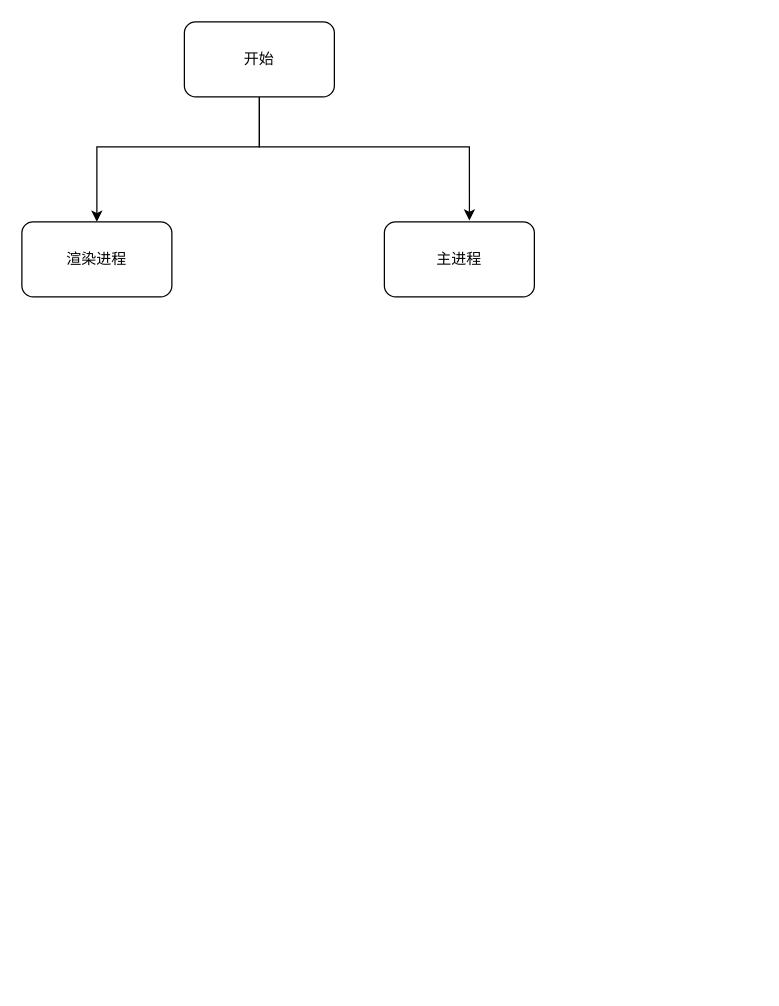
Earlier version of the draw.io diagram request.drawio (oppo-80343438/flowChart). Source tidied: cells renumbered, new cells numbered last; positions are measured from the earlier drawing's top-left corner, leaving out a move shared by most shapes. Both pictures are drawn from the tidied source at 125%, with x=0, y=0 at pixel (21, 21).
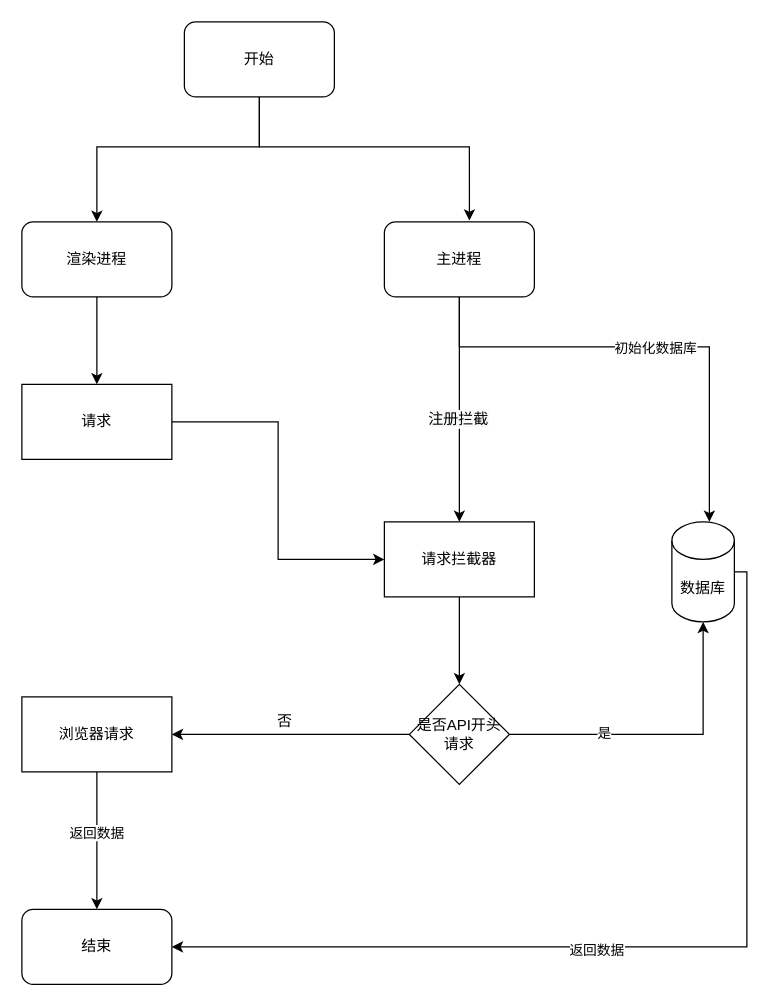
Above is the later version.

The change refers to these unchanged cells:
```xml
<mxCell id="5" value="渲染进程" style="rounded=1;whiteSpace=wrap;html=1;" parent="1" vertex="1">
  <mxGeometry y="160" width="120" height="60" as="geometry" />
</mxCell>
<mxCell id="6" value="主进程" style="rounded=1;whiteSpace=wrap;html=1;" parent="1" vertex="1">
  <mxGeometry x="290" y="160" width="120" height="60" as="geometry" />
</mxCell>
```

Diff of the diagram source:
```diff
@@
+    <mxCell id="7" style="edgeStyle=orthogonalEdgeStyle;rounded=0;jettySize=auto;html=1;entryX=0.5;entryY=0;entryDx=0;entryDy=0;" parent="1" edge="1" source="5" target="18">
+      <mxGeometry relative="1" as="geometry" />
+    </mxCell>
@@
+    <mxCell id="8" style="edgeStyle=orthogonalEdgeStyle;rounded=0;jettySize=auto;html=1;entryX=0.5;entryY=0;entryDx=0;entryDy=0;" parent="1" edge="1" source="6" target="13">
+      <mxGeometry relative="1" as="geometry" />
+    </mxCell>
+    <mxCell id="9" value="&lt;span style=&quot;font-size: 12px ; background-color: rgb(248 , 249 , 250)&quot;&gt;注册拦截&lt;/span&gt;" style="edgeLabel;html=1;align=center;verticalAlign=middle;" parent="8" vertex="1">
+      <mxGeometry x="0.08" y="-2" relative="1" as="geometry" />
+    </mxCell>
+    <mxCell id="10" style="edgeStyle=orthogonalEdgeStyle;rounded=0;jettySize=auto;html=1;entryX=0.5;entryY=0;entryDx=0;entryDy=0;" parent="1" edge="1" source="6">
+      <mxGeometry relative="1" as="geometry">
+        <mxPoint x="550" y="400" as="targetPoint" />
+        <Array as="points">
+          <mxPoint x="350" y="260" />
+          <mxPoint x="550" y="260" />
+        </Array>
+      </mxGeometry>
+    </mxCell>
+    <mxCell id="11" value="初始化数据库" style="edgeLabel;html=1;align=center;verticalAlign=middle;" parent="10" vertex="1">
+      <mxGeometry x="0.03" relative="1" as="geometry" />
+    </mxCell>
@@
+    <mxCell id="12" style="edgeStyle=orthogonalEdgeStyle;rounded=0;jettySize=auto;html=1;entryX=0.5;entryY=0;entryDx=0;entryDy=0;" parent="1" edge="1" source="13" target="22">
+      <mxGeometry relative="1" as="geometry" />
+    </mxCell>
+    <mxCell id="13" value="请求拦截器" style="rounded=0;whiteSpace=wrap;html=1;" parent="1" vertex="1">
+      <mxGeometry x="290" y="400" width="120" height="60" as="geometry" />
+    </mxCell>
+    <mxCell id="14" style="edgeStyle=orthogonalEdgeStyle;rounded=0;jettySize=auto;html=1;entryX=1;entryY=0.5;entryDx=0;entryDy=0;" parent="1" edge="1" source="16" target="27">
+      <mxGeometry relative="1" as="geometry">
+        <Array as="points">
+          <mxPoint x="580" y="740" />
+        </Array>
+      </mxGeometry>
+    </mxCell>
+    <mxCell id="15" value="返回数据" style="edgeLabel;html=1;align=center;verticalAlign=middle;" parent="14" vertex="1">
+      <mxGeometry x="0.12" y="2" relative="1" as="geometry" />
+    </mxCell>
+    <mxCell id="16" value="数据库" style="shape=cylinder3;whiteSpace=wrap;html=1;boundedLbl=1;backgroundOutline=1;size=15;" parent="1" vertex="1">
+      <mxGeometry x="520" y="400" width="50" height="80" as="geometry" />
+    </mxCell>
+    <mxCell id="17" style="edgeStyle=orthogonalEdgeStyle;rounded=0;jettySize=auto;html=1;entryX=0;entryY=0.5;entryDx=0;entryDy=0;" parent="1" edge="1" source="18" target="13">
+      <mxGeometry relative="1" as="geometry" />
+    </mxCell>
+    <mxCell id="18" value="请求" style="rounded=0;whiteSpace=wrap;html=1;" parent="1" vertex="1">
+      <mxGeometry y="290" width="120" height="60" as="geometry" />
+    </mxCell>
+    <mxCell id="19" style="edgeStyle=orthogonalEdgeStyle;rounded=0;jettySize=auto;html=1;entryX=1;entryY=0.5;entryDx=0;entryDy=0;" parent="1" edge="1" source="22" target="25">
+      <mxGeometry relative="1" as="geometry" />
+    </mxCell>
+    <mxCell id="20" style="edgeStyle=orthogonalEdgeStyle;rounded=0;jettySize=auto;html=1;entryX=0.5;entryY=1;entryDx=0;entryDy=0;entryPerimeter=0;" parent="1" edge="1" source="22" target="16">
+      <mxGeometry relative="1" as="geometry" />
+    </mxCell>
+    <mxCell id="21" value="是" style="edgeLabel;html=1;align=center;verticalAlign=middle;" parent="20" vertex="1">
+      <mxGeometry x="-0.39" y="2" relative="1" as="geometry" />
+    </mxCell>
+    <mxCell id="22" value="是否API开头请求" style="rhombus;whiteSpace=wrap;html=1;" parent="1" vertex="1">
+      <mxGeometry x="310" y="530" width="80" height="80" as="geometry" />
+    </mxCell>
+    <mxCell id="23" style="edgeStyle=orthogonalEdgeStyle;rounded=0;jettySize=auto;html=1;entryX=0.5;entryY=0;entryDx=0;entryDy=0;" parent="1" edge="1" source="25">
+      <mxGeometry relative="1" as="geometry">
+        <mxPoint x="60" y="710" as="targetPoint" />
+      </mxGeometry>
+    </mxCell>
+    <mxCell id="24" value="返回数据" style="edgeLabel;html=1;align=center;verticalAlign=middle;" parent="23" vertex="1">
+      <mxGeometry x="-0.13" y="-1" relative="1" as="geometry" />
+    </mxCell>
+    <mxCell id="25" value="浏览器请求" style="rounded=0;whiteSpace=wrap;html=1;" parent="1" vertex="1">
+      <mxGeometry y="540" width="120" height="60" as="geometry" />
+    </mxCell>
+    <mxCell id="26" value="否" style="text;html=1;align=center;verticalAlign=middle;strokeColor=none;" parent="1" vertex="1">
+      <mxGeometry x="195" y="550" width="30" height="20" as="geometry" />
+    </mxCell>
+    <mxCell id="27" value="结束" style="rounded=1;whiteSpace=wrap;html=1;" parent="1" vertex="1">
+      <mxGeometry y="710" width="120" height="60" as="geometry" />
+    </mxCell>
```
